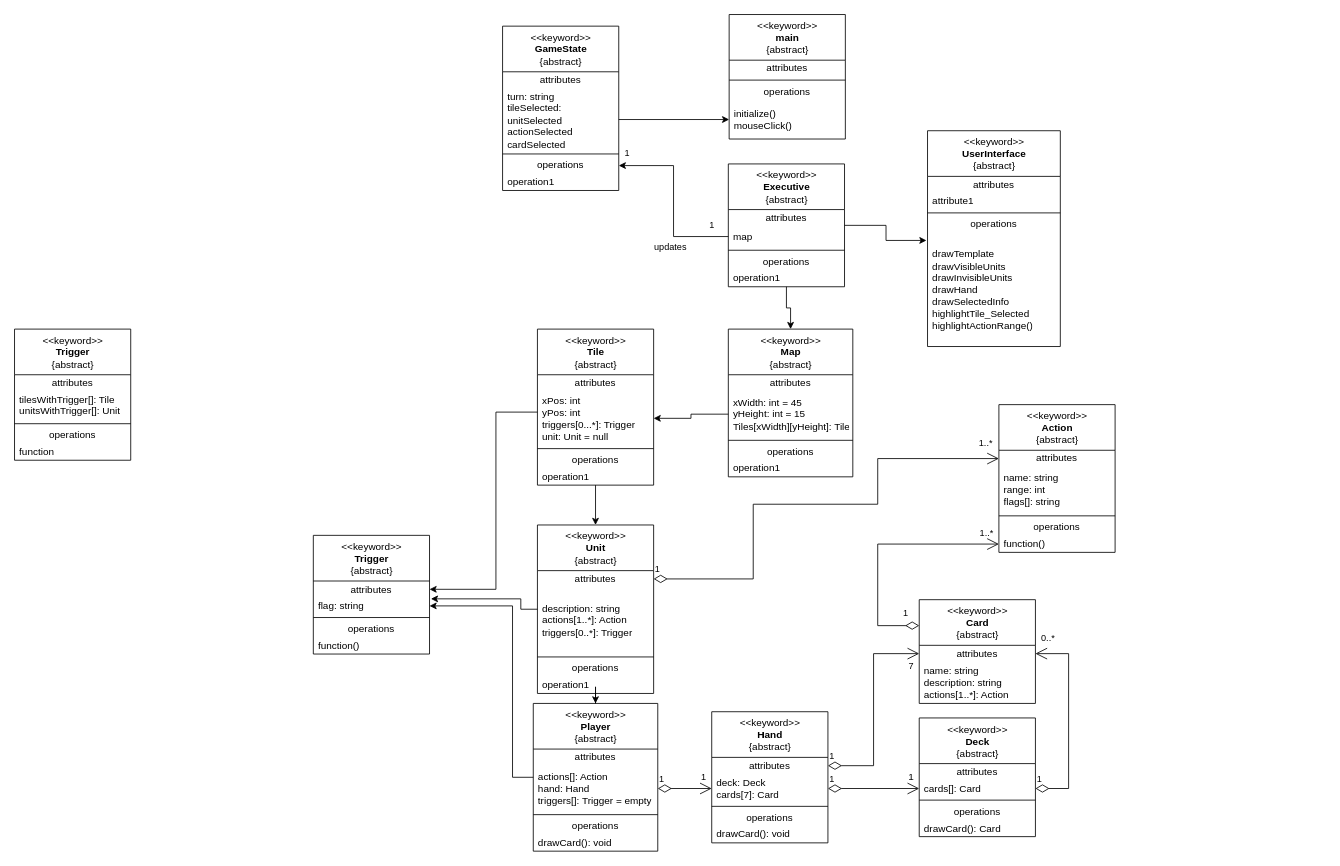
The draw.io diagram Documentation/Class Diagram.drawio in FreemanSpray/EECS-448_Project-4_G11, before the edit. Source tidied: cells renumbered, new cells numbered last; positions are measured from the earlier drawing's top-left corner, leaving out a move shared by most shapes. Both pictures are drawn from the tidied source at 83%, with x=0, y=0 at pixel (14, 14).
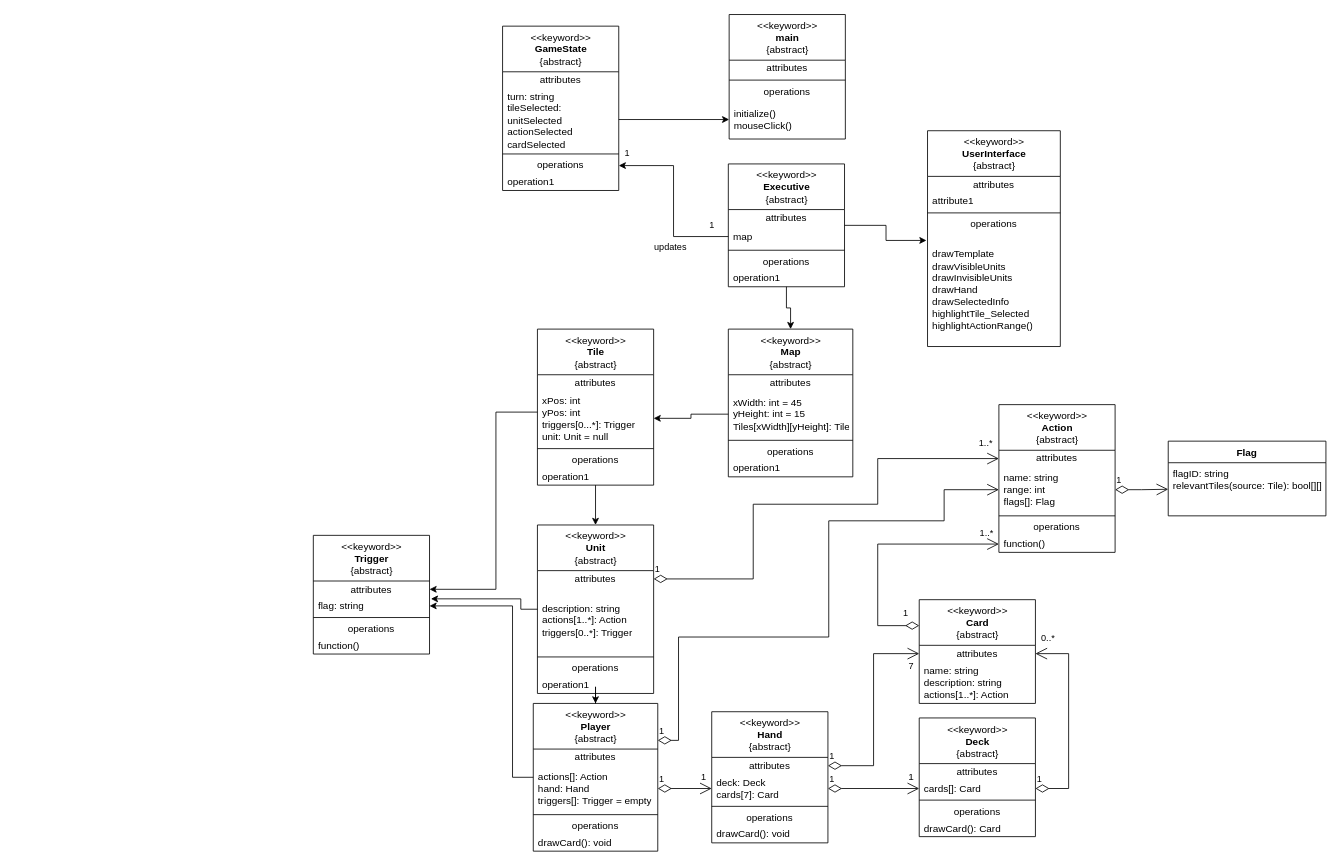
The same diagram, later.

The change refers to these unchanged cells:
```xml
<mxCell id="42" value="&amp;lt;&amp;lt;keyword&amp;gt;&amp;gt;&lt;br&gt;&lt;b&gt;Player&lt;/b&gt;&lt;br&gt;{abstract}" style="swimlane;fontStyle=0;align=center;verticalAlign=top;horizontal=1;startSize=55;html=1;" parent="1" vertex="1">
  <mxGeometry x="625" y="830" width="150" height="178" as="geometry" />
</mxCell>
<mxCell id="63" value="&amp;lt;&amp;lt;keyword&amp;gt;&amp;gt;&lt;br&gt;&lt;b&gt;Action&lt;/b&gt;&lt;br&gt;{abstract}" style="swimlane;fontStyle=0;align=center;verticalAlign=top;horizontal=1;startSize=55;html=1;" parent="1" vertex="1">
  <mxGeometry x="1186" y="470" width="140" height="178" as="geometry" />
</mxCell>
```

What changed in the source:
```diff
@@
-    <mxCell id="65" value="&lt;div&gt;name: string&lt;br&gt;&lt;/div&gt;&lt;div&gt;range: int&lt;br&gt;&lt;/div&gt;&lt;div&gt;flags[]: string&lt;br&gt;&lt;/div&gt;" style="text;html=1;strokeColor=none;fillColor=none;align=left;verticalAlign=middle;spacingLeft=4;spacingRight=4;overflow=hidden;points=[[0,0.5],[1,0.5]];portConstraint=eastwest;" parent="63" vertex="1">
+    <mxCell id="65" value="&lt;div&gt;name: string&lt;br&gt;&lt;/div&gt;&lt;div&gt;range: int&lt;br&gt;&lt;/div&gt;&lt;div&gt;flags[]: Flag&lt;br&gt;&lt;/div&gt;" style="text;html=1;strokeColor=none;fillColor=none;align=left;verticalAlign=middle;spacingLeft=4;spacingRight=4;overflow=hidden;points=[[0,0.5],[1,0.5]];portConstraint=eastwest;" parent="63" vertex="1">
       <mxGeometry y="75" width="140" height="55" as="geometry" />
     </mxCell>
@@
-    <mxCell id="94" value="&amp;lt;&amp;lt;keyword&amp;gt;&amp;gt;&lt;br&gt;&lt;b&gt;Trigger&lt;/b&gt;&lt;br&gt;{abstract}" style="swimlane;fontStyle=0;align=center;verticalAlign=top;horizontal=1;startSize=55;html=1;" parent="1" vertex="1">
-      <mxGeometry y="379" width="140" height="158" as="geometry" />
-    </mxCell>
-    <mxCell id="95" value="attributes" style="text;html=1;strokeColor=none;fillColor=none;align=center;verticalAlign=middle;spacingLeft=4;spacingRight=4;overflow=hidden;" parent="94" vertex="1">
-      <mxGeometry y="55" width="140" height="20" as="geometry" />
-    </mxCell>
-    <mxCell id="96" value="&lt;div&gt;tilesWithTrigger[]: Tile&lt;/div&gt;&lt;div&gt;unitsWithTrigger[]: Unit&lt;/div&gt;&lt;div&gt;&lt;br&gt;&lt;/div&gt;" style="text;html=1;strokeColor=none;fillColor=none;align=left;verticalAlign=middle;spacingLeft=4;spacingRight=4;overflow=hidden;" parent="94" vertex="1">
-      <mxGeometry y="75" width="140" height="35" as="geometry" />
-    </mxCell>
-    <mxCell id="97" style="line;strokeWidth=1;fillColor=none;align=left;verticalAlign=middle;spacingTop=-1;spacingLeft=3;spacingRight=3;labelPosition=right;" parent="94" vertex="1">
-      <mxGeometry y="110" width="140" height="8" as="geometry" />
-    </mxCell>
-    <mxCell id="98" value="operations" style="text;html=1;strokeColor=none;fillColor=none;align=center;verticalAlign=middle;spacingLeft=4;spacingRight=4;overflow=hidden;" parent="94" vertex="1">
-      <mxGeometry y="118" width="140" height="20" as="geometry" />
-    </mxCell>
-    <mxCell id="99" value="function" style="text;html=1;strokeColor=none;fillColor=none;align=left;verticalAlign=middle;spacingLeft=4;spacingRight=4;overflow=hidden;" parent="94" vertex="1">
-      <mxGeometry y="138" width="140" height="20" as="geometry" />
-    </mxCell>
@@
+    <mxCell id="108" value="1" style="endArrow=open;html=1;endSize=12;startArrow=diamondThin;startSize=14;startFill=0;edgeStyle=orthogonalEdgeStyle;align=left;verticalAlign=bottom;rounded=0;exitX=1;exitY=0.25;exitDx=0;exitDy=0;entryX=0;entryY=0.5;entryDx=0;entryDy=0;" parent="1" edge="1" source="42" target="65">
+      <mxGeometry x="-1" y="3" relative="1" as="geometry">
+        <Array as="points">
+          <mxPoint x="800" y="875" />
+          <mxPoint x="800" y="750" />
+          <mxPoint x="981" y="750" />
+          <mxPoint x="981" y="610" />
+          <mxPoint x="1120" y="610" />
+          <mxPoint x="1120" y="573" />
+        </Array>
+      </mxGeometry>
+    </mxCell>
+    <mxCell id="109" value="Flag" style="swimlane;fontStyle=1;align=center;verticalAlign=top;horizontal=1;startSize=26;" parent="1" vertex="1">
+      <mxGeometry x="1390" y="514" width="190" height="90" as="geometry" />
+    </mxCell>
+    <mxCell id="110" value="flagID: string&#10;relevantTiles(source: Tile): bool[][]&#10;" style="text;strokeColor=none;fillColor=none;align=left;verticalAlign=top;spacingLeft=4;spacingRight=4;overflow=hidden;points=[[0,0.5],[1,0.5]];portConstraint=eastwest;" parent="109" vertex="1">
+      <mxGeometry y="26" width="190" height="64" as="geometry" />
+    </mxCell>
+    <mxCell id="111" value="1" style="endArrow=open;html=1;endSize=12;startArrow=diamondThin;startSize=14;startFill=0;edgeStyle=orthogonalEdgeStyle;align=left;verticalAlign=bottom;rounded=0;exitX=1;exitY=0.5;exitDx=0;exitDy=0;entryX=0;entryY=0.5;entryDx=0;entryDy=0;" parent="1" edge="1" source="65" target="110">
+      <mxGeometry x="-1" y="3" relative="1" as="geometry" />
+    </mxCell>
```
